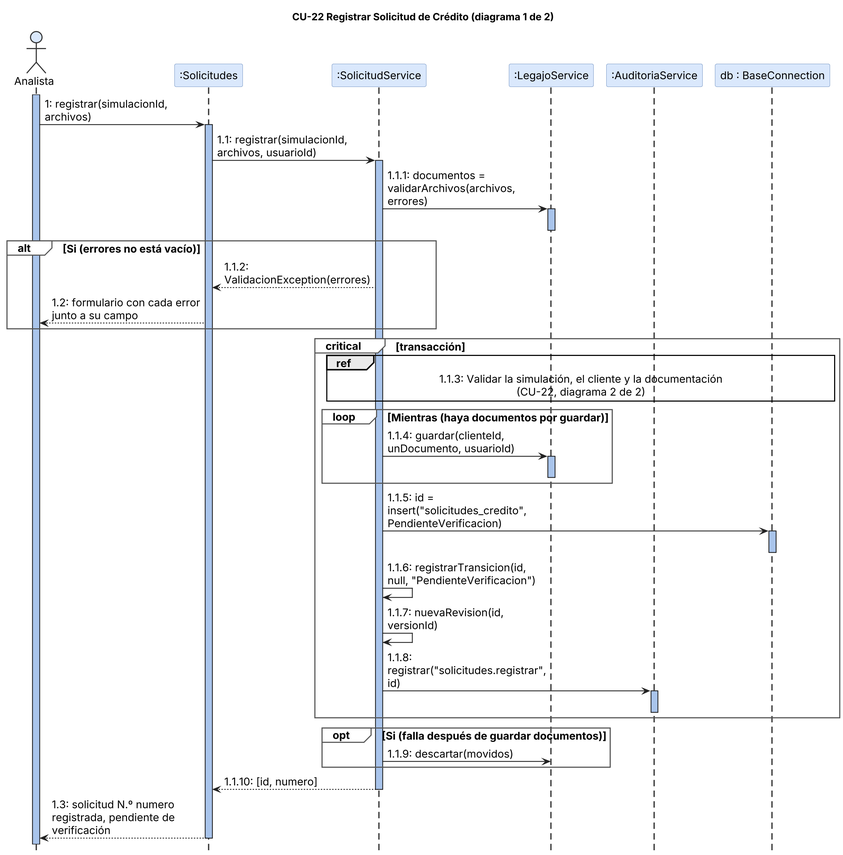
The PlantUML diagram docs/diseno/secuencias/png/cu22_1.png in ivanthoux/sigccr, before a commit.
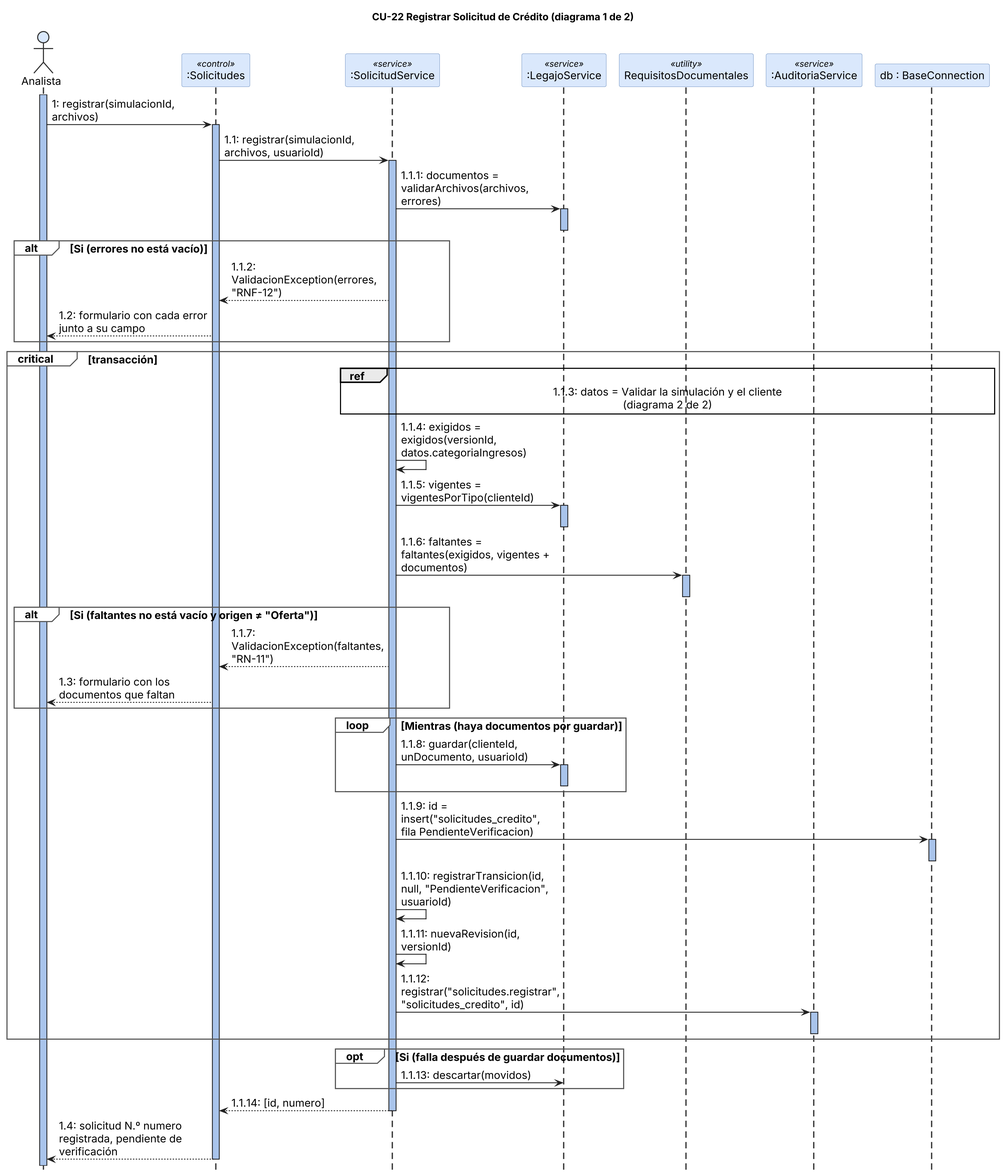
Above is the later version.

What changed in the source:
```diff
@@ -1,11 +1,13 @@
 @startuml
+skinparamlocked dpi 200
 !include estilo.iuml
 title CU-22 Registrar Solicitud de Crédito (diagrama 1 de 2)
 actor Analista as AN
-participant ":Solicitudes" as C
-participant ":SolicitudService" as S
-participant ":LegajoService" as L
-participant ":AuditoriaService" as AU
+participant ":Solicitudes" as C <<control>>
+participant ":SolicitudService" as S <<service>>
+participant ":LegajoService" as L <<service>>
+participant "RequisitosDocumentales" as RD <<utility>>
+participant ":AuditoriaService" as AU <<service>>
 participant "db : BaseConnection" as DB
 activate AN
 AN -> C ++ : 1: registrar(simulacionId, archivos)
@@ -13,25 +15,34 @@
 S -> L ++ : 1.1.1: documentos = validarArchivos(archivos, errores)
 deactivate L
 alt Si (errores no está vacío)
-  S --> C : 1.1.2: ValidacionException(errores)
+  S --> C : 1.1.2: ValidacionException(errores, "RNF-12")
   C --> AN : 1.2: formulario con cada error junto a su campo
 end
 group critical [transacción]
-  ref over S, DB : 1.1.3: Validar la simulación, el cliente y la documentación\n(CU-22, diagrama 2 de 2)
+  ref over S, DB : 1.1.3: datos = Validar la simulación y el cliente\n(diagrama 2 de 2)
+  S -> S : 1.1.4: exigidos = exigidos(versionId, datos.categoriaIngresos)
+  S -> L ++ : 1.1.5: vigentes = vigentesPorTipo(clienteId)
+  deactivate L
+  S -> RD ++ : 1.1.6: faltantes = faltantes(exigidos, vigentes + documentos)
+  deactivate RD
+  alt Si (faltantes no está vacío y origen ≠ "Oferta")
+    S --> C : 1.1.7: ValidacionException(faltantes, "RN-11")
+    C --> AN : 1.3: formulario con los documentos que faltan
+  end
   loop Mientras (haya documentos por guardar)
-    S -> L ++ : 1.1.4: guardar(clienteId, unDocumento, usuarioId)
+    S -> L ++ : 1.1.8: guardar(clienteId, unDocumento, usuarioId)
     deactivate L
   end
-  S -> DB ++ : 1.1.5: id = insert("solicitudes_credito", PendienteVerificacion)
+  S -> DB ++ : 1.1.9: id = insert("solicitudes_credito", fila PendienteVerificacion)
   deactivate DB
-  S -> S : 1.1.6: registrarTransicion(id, null, "PendienteVerificacion")
-  S -> S : 1.1.7: nuevaRevision(id, versionId)
-  S -> AU ++ : 1.1.8: registrar("solicitudes.registrar", id)
+  S -> S : 1.1.10: registrarTransicion(id, null, "PendienteVerificacion", usuarioId)
+  S -> S : 1.1.11: nuevaRevision(id, versionId)
+  S -> AU ++ : 1.1.12: registrar("solicitudes.registrar", "solicitudes_credito", id)
   deactivate AU
 end
 opt Si (falla después de guardar documentos)
-  S -> L : 1.1.9: descartar(movidos)
+  S -> L : 1.1.13: descartar(movidos)
 end
-S --> C -- : 1.1.10: [id, numero]
-C --> AN -- : 1.3: solicitud N.º numero registrada, pendiente de verificación
+S --> C -- : 1.1.14: [id, numero]
+C --> AN -- : 1.4: solicitud N.º numero registrada, pendiente de verificación
 @enduml
```
